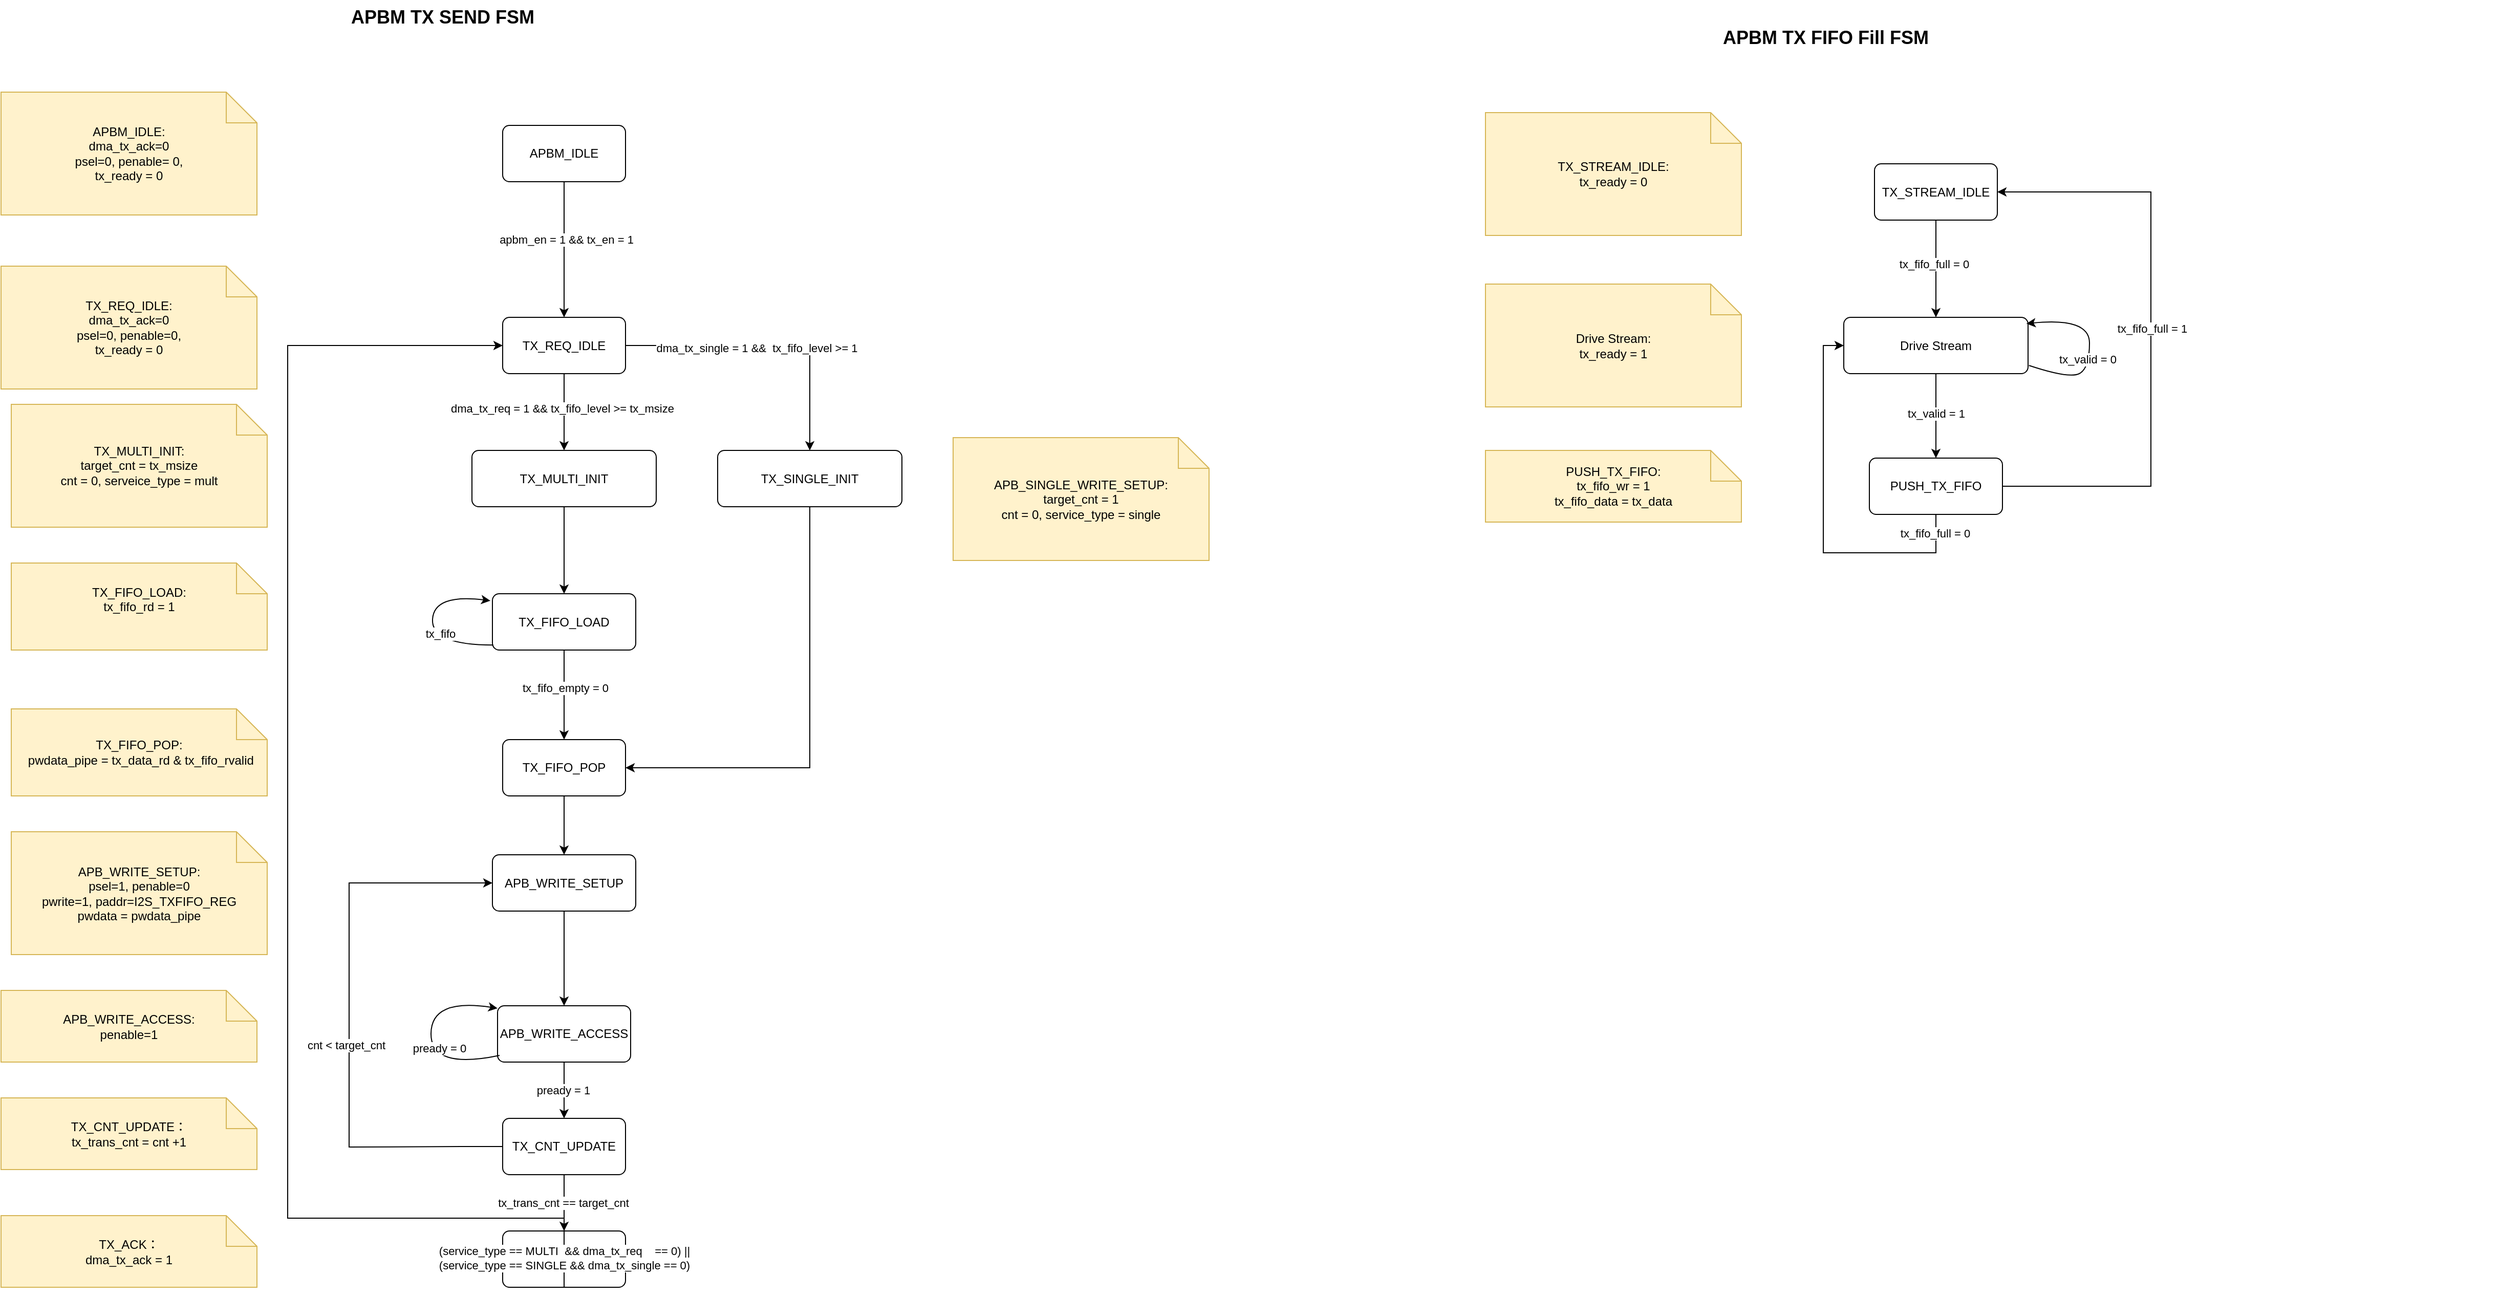
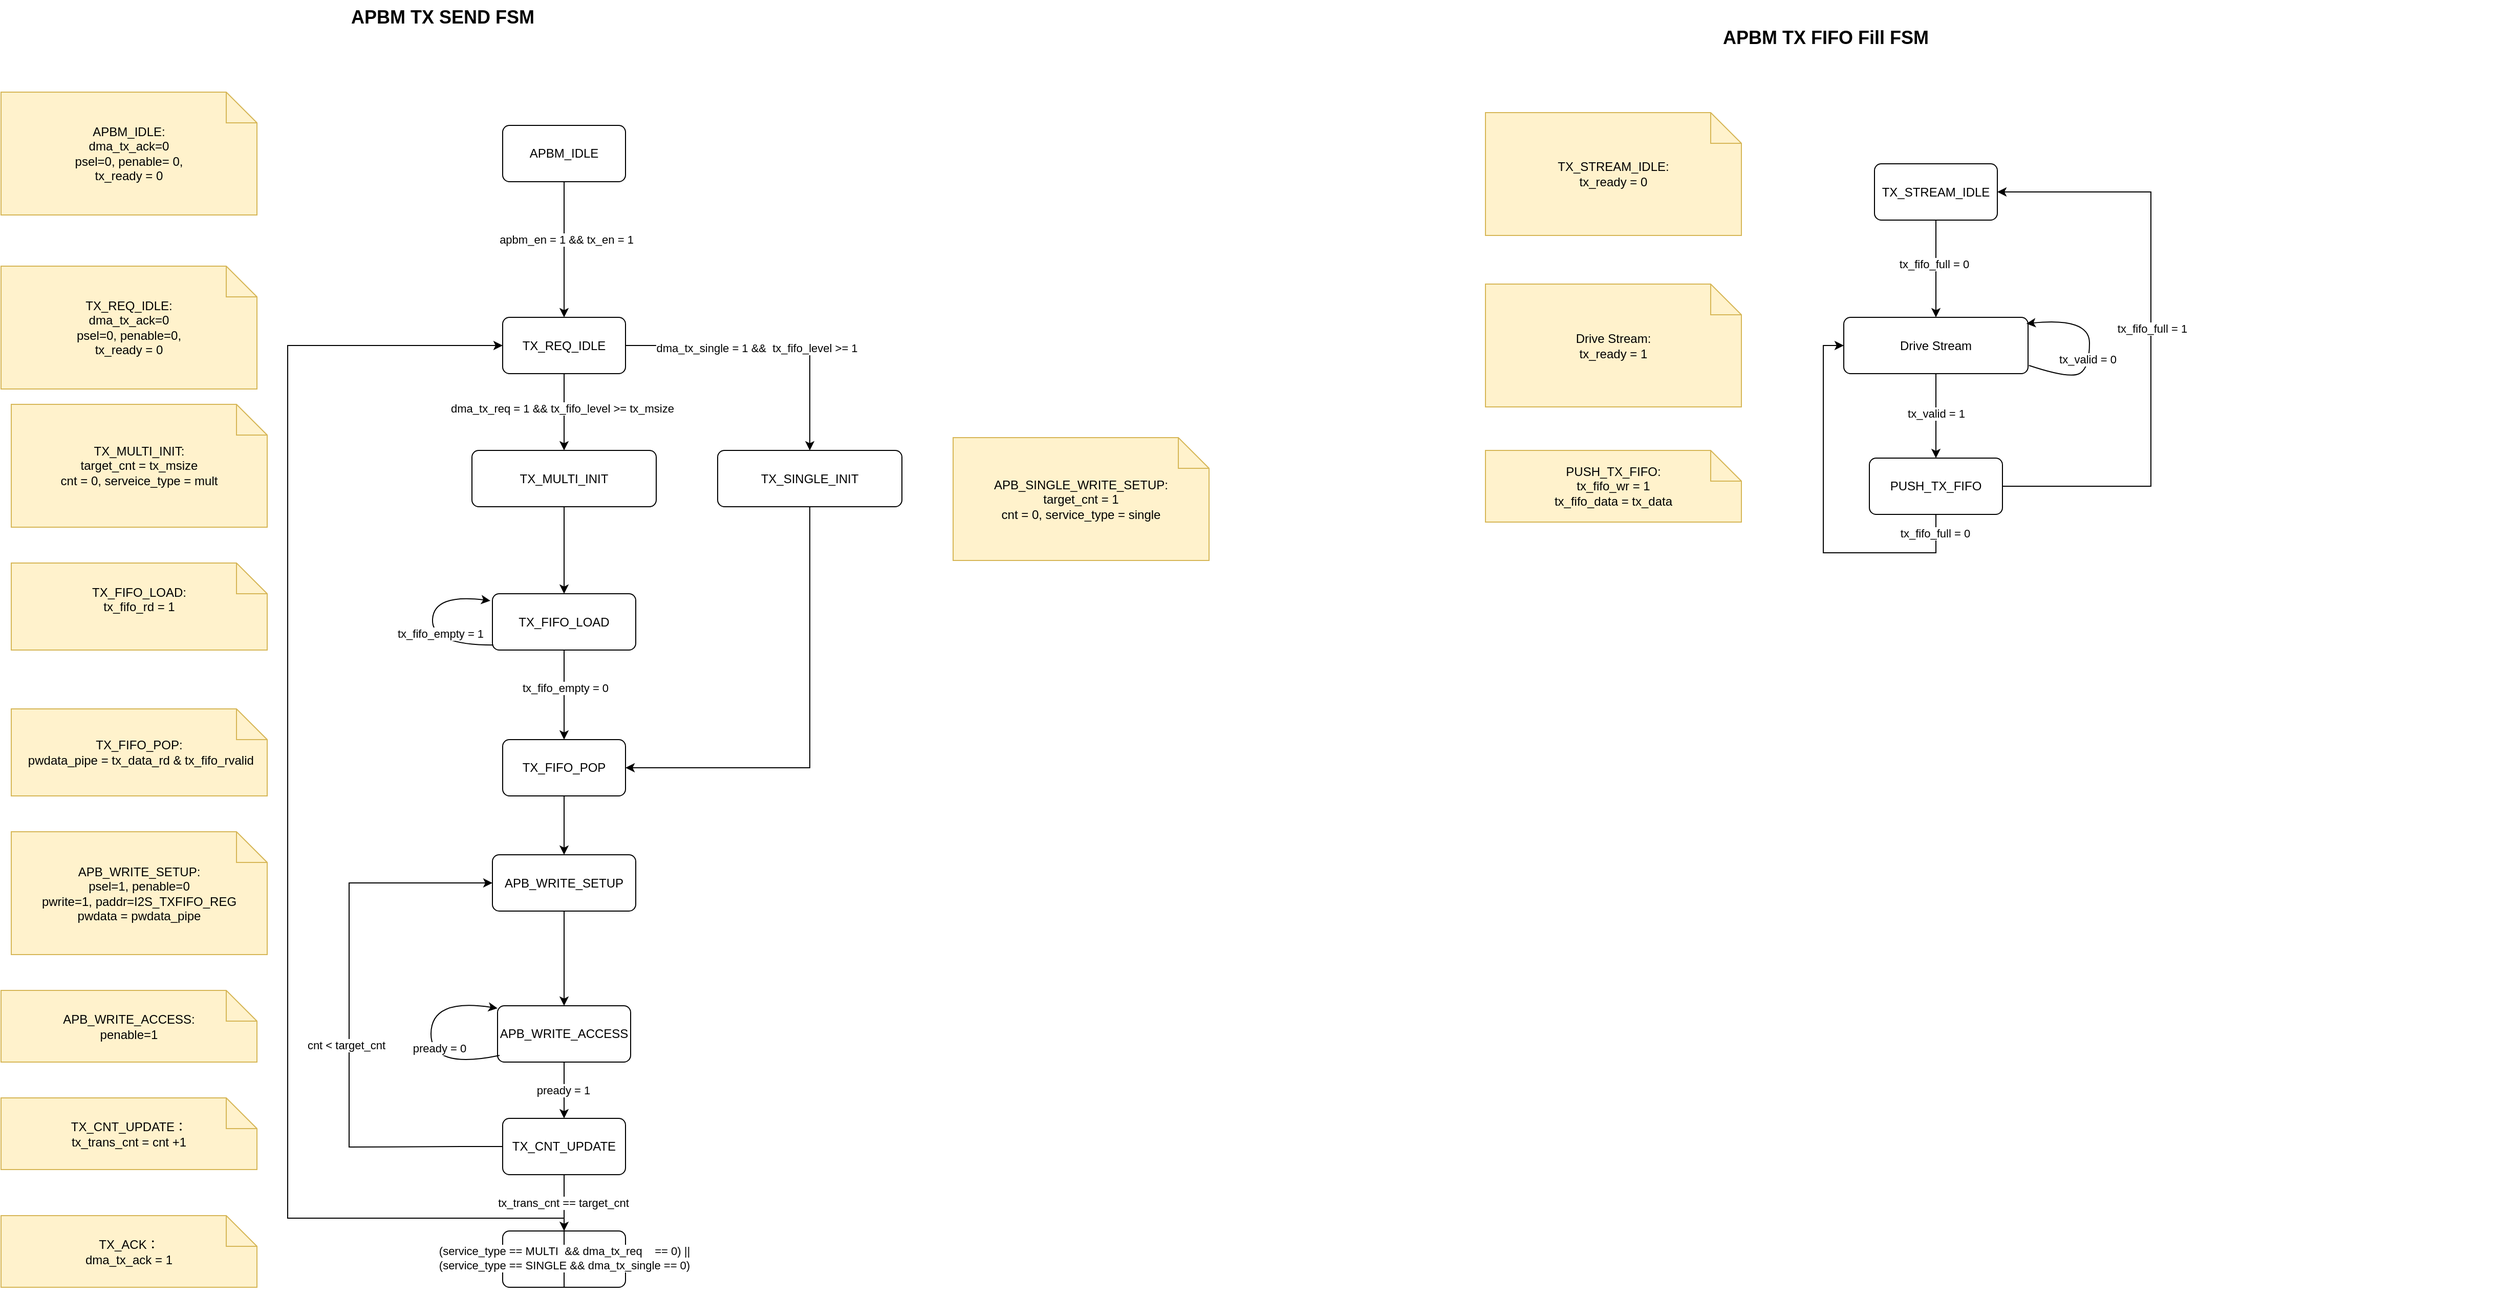
<mxfile host="app.diagrams.net">
  <diagram name="第 1 页" id="fH5n9Me7nUtPE_JYtTzi">
    <mxGraphModel dx="774" dy="437" grid="1" gridSize="10" guides="1" tooltips="1" connect="1" arrows="1" fold="1" page="1" pageScale="1" pageWidth="827" pageHeight="1169" math="0" shadow="0">
      <root>
        <mxCell id="0" />
        <mxCell id="1" parent="0" />
        <mxCell id="Ly1VW1kiYANL2SHkxWqd-1" parent="1" style="text;html=1;strokeColor=none;fillColor=none;fontSize=18;fontStyle=1;" value="APBM TX SEND FSM&amp;nbsp;&amp;nbsp;" vertex="1">
          <mxGeometry height="40" width="760" x="810" y="130" as="geometry" />
        </mxCell>
        <mxCell id="Ly1VW1kiYANL2SHkxWqd-2" parent="1" style="rounded=1;whiteSpace=wrap;html=1;arcSize=12;fillColor=#ffffff;strokeColor=#000000;" value="TX_REQ_IDLE" vertex="1">
          <mxGeometry height="55" width="120" x="960" y="440" as="geometry" />
        </mxCell>
        <mxCell id="Ly1VW1kiYANL2SHkxWqd-3" parent="1" style="rounded=1;whiteSpace=wrap;html=1;arcSize=12;fillColor=#ffffff;strokeColor=#000000;" value="APB_WRITE_SETUP" vertex="1">
          <mxGeometry height="55" width="140" x="950" y="965" as="geometry" />
        </mxCell>
        <mxCell id="Ly1VW1kiYANL2SHkxWqd-4" edge="1" parent="1" source="Ly1VW1kiYANL2SHkxWqd-2" style="endArrow=classic;html=1;rounded=0;exitX=0.5;exitY=1;exitDx=0;exitDy=0;entryX=0.5;entryY=0;entryDx=0;entryDy=0;" target="Ly1VW1kiYANL2SHkxWqd-40" value="">
          <mxGeometry height="50" relative="1" width="50" as="geometry">
            <mxPoint x="1040" y="560" as="sourcePoint" />
            <mxPoint x="1020" y="570" as="targetPoint" />
          </mxGeometry>
        </mxCell>
        <mxCell id="Ly1VW1kiYANL2SHkxWqd-5" connectable="0" parent="Ly1VW1kiYANL2SHkxWqd-4" style="edgeLabel;html=1;align=center;verticalAlign=middle;resizable=0;points=[];" value="dma_tx_req = 1 &amp;amp;&amp;amp; tx_fifo_level &amp;gt;= tx_msize" vertex="1">
          <mxGeometry relative="1" x="-0.0927" y="-2" as="geometry">
            <mxPoint as="offset" />
          </mxGeometry>
        </mxCell>
        <mxCell id="Ly1VW1kiYANL2SHkxWqd-6" parent="1" style="shape=note;whiteSpace=wrap;html=1;fillColor=#fff2cc;strokeColor=#d6b656;" value="APB_WRITE_SETUP:&lt;div&gt;psel=1, penable=0&lt;br&gt;pwrite=1, paddr=I2S_TXFIFO_REG&lt;/div&gt;&lt;div&gt;pwdata = pwdata_pipe&lt;/div&gt;" vertex="1">
          <mxGeometry height="120" width="250" x="480" y="942.5" as="geometry" />
        </mxCell>
        <mxCell id="Ly1VW1kiYANL2SHkxWqd-7" parent="1" style="rounded=1;whiteSpace=wrap;html=1;arcSize=12;fillColor=#ffffff;strokeColor=#000000;" value="APB_WRITE_ACCESS" vertex="1">
          <mxGeometry height="55" width="130" x="955" y="1112.5" as="geometry" />
        </mxCell>
        <mxCell id="Ly1VW1kiYANL2SHkxWqd-8" edge="1" parent="1" source="Ly1VW1kiYANL2SHkxWqd-3" style="endArrow=classic;html=1;rounded=0;exitX=0.5;exitY=1;exitDx=0;exitDy=0;entryX=0.5;entryY=0;entryDx=0;entryDy=0;" target="Ly1VW1kiYANL2SHkxWqd-7" value="">
          <mxGeometry height="50" relative="1" width="50" as="geometry">
            <mxPoint x="1030" y="1095" as="sourcePoint" />
            <mxPoint x="1080" y="1045" as="targetPoint" />
          </mxGeometry>
        </mxCell>
        <mxCell id="Ly1VW1kiYANL2SHkxWqd-9" parent="1" style="shape=note;whiteSpace=wrap;html=1;fillColor=#fff2cc;strokeColor=#d6b656;" value="APB_WRITE_ACCESS:&lt;br&gt;penable=1" vertex="1">
          <mxGeometry height="70" width="250" x="470" y="1097.5" as="geometry" />
        </mxCell>
        <mxCell id="Ly1VW1kiYANL2SHkxWqd-10" edge="1" parent="1" source="Ly1VW1kiYANL2SHkxWqd-7" style="curved=1;endArrow=classic;html=1;rounded=0;exitX=0.015;exitY=0.881;exitDx=0;exitDy=0;entryX=0;entryY=0;entryDx=0;entryDy=0;exitPerimeter=0;" value="">
          <mxGeometry height="50" relative="1" width="50" as="geometry">
            <Array as="points">
              <mxPoint x="890" y="1175" />
              <mxPoint x="890" y="1105" />
            </Array>
            <mxPoint x="955" y="1170" as="sourcePoint" />
            <mxPoint x="955" y="1115" as="targetPoint" />
          </mxGeometry>
        </mxCell>
        <mxCell id="Ly1VW1kiYANL2SHkxWqd-11" connectable="0" parent="Ly1VW1kiYANL2SHkxWqd-10" style="edgeLabel;html=1;align=center;verticalAlign=middle;resizable=0;points=[];" value="pready = 0" vertex="1">
          <mxGeometry relative="1" x="-0.1215" y="-8" as="geometry">
            <mxPoint as="offset" />
          </mxGeometry>
        </mxCell>
        <mxCell id="Ly1VW1kiYANL2SHkxWqd-13" edge="1" parent="1" source="Ly1VW1kiYANL2SHkxWqd-7" style="endArrow=classic;html=1;rounded=0;exitX=0.5;exitY=1;exitDx=0;exitDy=0;entryX=0.5;entryY=0;entryDx=0;entryDy=0;" target="Ly1VW1kiYANL2SHkxWqd-47" value="">
          <mxGeometry height="50" relative="1" width="50" as="geometry">
            <mxPoint x="1010" y="1245" as="sourcePoint" />
            <mxPoint x="1020" y="1212.5" as="targetPoint" />
          </mxGeometry>
        </mxCell>
        <mxCell id="Ly1VW1kiYANL2SHkxWqd-14" connectable="0" parent="Ly1VW1kiYANL2SHkxWqd-13" style="edgeLabel;html=1;align=center;verticalAlign=middle;resizable=0;points=[];" value="pready = 1" vertex="1">
          <mxGeometry relative="1" x="0.0089" y="-1" as="geometry">
            <mxPoint as="offset" />
          </mxGeometry>
        </mxCell>
        <mxCell id="Ly1VW1kiYANL2SHkxWqd-16" parent="1" style="rounded=1;whiteSpace=wrap;html=1;arcSize=12;fillColor=#ffffff;strokeColor=#000000;" value="TX_ACK" vertex="1">
          <mxGeometry height="55" width="120" x="960" y="1332.5" as="geometry" />
        </mxCell>
        <mxCell id="Ly1VW1kiYANL2SHkxWqd-17" edge="1" parent="1" source="Ly1VW1kiYANL2SHkxWqd-47" style="endArrow=classic;html=1;rounded=0;exitX=0.5;exitY=1;exitDx=0;exitDy=0;entryX=0.5;entryY=0;entryDx=0;entryDy=0;" target="Ly1VW1kiYANL2SHkxWqd-16" value="">
          <mxGeometry height="50" relative="1" width="50" as="geometry">
            <mxPoint x="1150.3600000000001" y="1167.5" as="sourcePoint" />
            <mxPoint x="1150" y="1202.5" as="targetPoint" />
          </mxGeometry>
        </mxCell>
        <mxCell id="Ly1VW1kiYANL2SHkxWqd-18" connectable="0" parent="Ly1VW1kiYANL2SHkxWqd-17" style="edgeLabel;html=1;align=center;verticalAlign=middle;resizable=0;points=[];" value="tx_trans_cnt == target_cnt" vertex="1">
          <mxGeometry relative="1" x="0.0089" y="-1" as="geometry">
            <mxPoint as="offset" />
          </mxGeometry>
        </mxCell>
        <mxCell id="Ly1VW1kiYANL2SHkxWqd-19" parent="1" style="shape=note;whiteSpace=wrap;html=1;fillColor=#fff2cc;strokeColor=#d6b656;" value="TX_ACK：&lt;div&gt;dma_tx_ack = 1&lt;/div&gt;" vertex="1">
          <mxGeometry height="70" width="250" x="470" y="1317.5" as="geometry" />
        </mxCell>
        <mxCell id="Ly1VW1kiYANL2SHkxWqd-20" parent="1" style="shape=note;whiteSpace=wrap;html=1;fillColor=#fff2cc;strokeColor=#d6b656;" value="TX_REQ_IDLE:&lt;div&gt;dma_tx_ack=0&lt;/div&gt;&lt;div&gt;psel=0, penable=0,&lt;br&gt;&lt;/div&gt;&lt;div&gt;tx_ready = 0&lt;br&gt;&lt;/div&gt;" vertex="1">
          <mxGeometry height="120" width="250" x="470" y="390" as="geometry" />
        </mxCell>
        <mxCell id="Ly1VW1kiYANL2SHkxWqd-21" edge="1" parent="1" source="Ly1VW1kiYANL2SHkxWqd-16" style="endArrow=classic;html=1;rounded=0;exitX=0.5;exitY=1;exitDx=0;exitDy=0;edgeStyle=orthogonalEdgeStyle;entryX=0;entryY=0.5;entryDx=0;entryDy=0;" target="Ly1VW1kiYANL2SHkxWqd-2" value="">
          <mxGeometry height="50" relative="1" width="50" as="geometry">
            <Array as="points">
              <mxPoint x="1020" y="1320" />
              <mxPoint x="750" y="1320" />
              <mxPoint x="750" y="468" />
            </Array>
            <mxPoint x="909.95" y="1052.5" as="sourcePoint" />
            <mxPoint x="850" y="465" as="targetPoint" />
          </mxGeometry>
        </mxCell>
        <mxCell id="Ly1VW1kiYANL2SHkxWqd-22" connectable="0" parent="Ly1VW1kiYANL2SHkxWqd-21" style="edgeLabel;html=1;align=center;verticalAlign=middle;resizable=0;points=[];" value="&lt;div&gt;(service_type == MULTI&amp;nbsp; &amp;amp;&amp;amp; dma_tx_req&amp;nbsp; &amp;nbsp; == 0) ||&lt;/div&gt;&lt;div&gt;(service_type == SINGLE &amp;amp;&amp;amp; dma_tx_single == 0)&lt;/div&gt;" vertex="1">
          <mxGeometry relative="1" x="-0.9589" as="geometry">
            <mxPoint as="offset" />
          </mxGeometry>
        </mxCell>
        <mxCell id="Ly1VW1kiYANL2SHkxWqd-23" edge="1" parent="1" source="Ly1VW1kiYANL2SHkxWqd-2" style="endArrow=classic;html=1;rounded=0;exitX=1;exitY=0.5;exitDx=0;exitDy=0;edgeStyle=orthogonalEdgeStyle;entryX=0.5;entryY=0;entryDx=0;entryDy=0;" target="Ly1VW1kiYANL2SHkxWqd-25" value="">
          <mxGeometry height="50" relative="1" width="50" as="geometry">
            <mxPoint x="1250" y="540" as="sourcePoint" />
            <mxPoint x="1260" y="560" as="targetPoint" />
          </mxGeometry>
        </mxCell>
        <mxCell id="Ly1VW1kiYANL2SHkxWqd-24" connectable="0" parent="Ly1VW1kiYANL2SHkxWqd-23" style="edgeLabel;html=1;align=center;verticalAlign=middle;resizable=0;points=[];" value="dma_tx_single = 1 &amp;amp;&amp;amp;&amp;nbsp; tx_fifo_level &amp;gt;= 1" vertex="1">
          <mxGeometry relative="1" x="-0.0927" y="-2" as="geometry">
            <mxPoint as="offset" />
          </mxGeometry>
        </mxCell>
        <mxCell id="Ly1VW1kiYANL2SHkxWqd-25" parent="1" style="rounded=1;whiteSpace=wrap;html=1;arcSize=12;fillColor=#ffffff;strokeColor=#000000;" value="TX_SINGLE_INIT" vertex="1">
          <mxGeometry height="55" width="180" x="1170" y="570" as="geometry" />
        </mxCell>
        <mxCell id="Ly1VW1kiYANL2SHkxWqd-26" parent="1" style="shape=note;whiteSpace=wrap;html=1;fillColor=#fff2cc;strokeColor=#d6b656;" value="APB_SINGLE_WRITE_SETUP:&lt;div&gt;target_cnt = 1&lt;br&gt;cnt = 0, service_type = single&lt;/div&gt;" vertex="1">
          <mxGeometry height="120" width="250" x="1400" y="557.5" as="geometry" />
        </mxCell>
        <mxCell id="Ly1VW1kiYANL2SHkxWqd-27" edge="1" parent="1" source="Ly1VW1kiYANL2SHkxWqd-25" style="endArrow=classic;html=1;rounded=0;exitX=0.5;exitY=1;exitDx=0;exitDy=0;edgeStyle=orthogonalEdgeStyle;entryX=1;entryY=0.5;entryDx=0;entryDy=0;" target="Ly1VW1kiYANL2SHkxWqd-28" value="">
          <mxGeometry height="50" relative="1" width="50" as="geometry">
            <mxPoint x="1230" y="950" as="sourcePoint" />
            <mxPoint x="1090" y="705" as="targetPoint" />
          </mxGeometry>
        </mxCell>
        <mxCell id="Ly1VW1kiYANL2SHkxWqd-28" parent="1" style="rounded=1;whiteSpace=wrap;html=1;arcSize=12;fillColor=#ffffff;strokeColor=#000000;" value="TX_FIFO_POP" vertex="1">
          <mxGeometry height="55" width="120" x="960" y="852.5" as="geometry" />
        </mxCell>
        <mxCell id="Ly1VW1kiYANL2SHkxWqd-29" edge="1" parent="1" source="Ly1VW1kiYANL2SHkxWqd-40" style="endArrow=classic;html=1;rounded=0;exitX=0.5;exitY=1;exitDx=0;exitDy=0;entryX=0.5;entryY=0;entryDx=0;entryDy=0;" target="Ly1VW1kiYANL2SHkxWqd-66" value="">
          <mxGeometry height="50" relative="1" width="50" as="geometry">
            <Array as="points">
              <mxPoint x="1020" y="650" />
            </Array>
            <mxPoint x="1010" y="630" as="sourcePoint" />
            <mxPoint x="1020" y="680" as="targetPoint" />
          </mxGeometry>
        </mxCell>
        <mxCell id="Ly1VW1kiYANL2SHkxWqd-33" parent="1" style="shape=note;whiteSpace=wrap;html=1;fillColor=#fff2cc;strokeColor=#d6b656;" value="TX_FIFO_POP:&lt;div&gt;&lt;div&gt;&amp;nbsp;pwdata_pipe = tx_data_rd &amp;amp; tx_fifo_rvalid&lt;/div&gt;&lt;/div&gt;" vertex="1">
          <mxGeometry height="85" width="250" x="480" y="822.5" as="geometry" />
        </mxCell>
        <mxCell id="Ly1VW1kiYANL2SHkxWqd-34" parent="1" style="rounded=1;whiteSpace=wrap;html=1;arcSize=12;fillColor=#ffffff;strokeColor=#000000;" value="APBM_IDLE" vertex="1">
          <mxGeometry height="55" width="120" x="960" y="252.5" as="geometry" />
        </mxCell>
        <mxCell id="Ly1VW1kiYANL2SHkxWqd-35" edge="1" parent="1" source="Ly1VW1kiYANL2SHkxWqd-34" style="endArrow=classic;html=1;rounded=0;exitX=0.5;exitY=1;exitDx=0;exitDy=0;" target="Ly1VW1kiYANL2SHkxWqd-2" value="">
          <mxGeometry height="50" relative="1" width="50" as="geometry">
            <mxPoint x="1060" y="360" as="sourcePoint" />
            <mxPoint x="1110" y="310" as="targetPoint" />
          </mxGeometry>
        </mxCell>
        <mxCell id="Ly1VW1kiYANL2SHkxWqd-36" connectable="0" parent="Ly1VW1kiYANL2SHkxWqd-35" style="edgeLabel;html=1;align=center;verticalAlign=middle;resizable=0;points=[];" value="apbm_en = 1 &amp;amp;&amp;amp; tx_en = 1" vertex="1">
          <mxGeometry relative="1" x="-0.1446" y="2" as="geometry">
            <mxPoint as="offset" />
          </mxGeometry>
        </mxCell>
        <mxCell id="Ly1VW1kiYANL2SHkxWqd-37" parent="1" style="shape=note;whiteSpace=wrap;html=1;fillColor=#fff2cc;strokeColor=#d6b656;" value="APBM_IDLE:&lt;div&gt;dma_tx_ack=0&lt;/div&gt;&lt;div&gt;psel=0, penable= 0,&lt;br&gt;&lt;/div&gt;&lt;div&gt;tx_ready = 0&lt;/div&gt;" vertex="1">
          <mxGeometry height="120" width="250" x="470" y="220" as="geometry" />
        </mxCell>
        <mxCell id="Ly1VW1kiYANL2SHkxWqd-38" edge="1" parent="1" source="Ly1VW1kiYANL2SHkxWqd-47" style="endArrow=classic;html=1;rounded=0;edgeStyle=orthogonalEdgeStyle;entryX=0;entryY=0.5;entryDx=0;entryDy=0;exitX=0;exitY=0.5;exitDx=0;exitDy=0;" target="Ly1VW1kiYANL2SHkxWqd-3" value="">
          <mxGeometry height="50" relative="1" width="50" as="geometry">
            <Array as="points">
              <mxPoint x="920" y="1249.5" />
              <mxPoint x="810" y="1250.5" />
              <mxPoint x="810" y="992.5" />
            </Array>
            <mxPoint x="920" y="1212.5" as="sourcePoint" />
            <mxPoint x="800" y="872.5" as="targetPoint" />
          </mxGeometry>
        </mxCell>
        <mxCell id="Ly1VW1kiYANL2SHkxWqd-39" connectable="0" parent="Ly1VW1kiYANL2SHkxWqd-38" style="edgeLabel;html=1;align=center;verticalAlign=middle;resizable=0;points=[];" value="cnt &amp;lt; target_cnt" vertex="1">
          <mxGeometry relative="1" x="-0.0902" y="3" as="geometry">
            <mxPoint as="offset" />
          </mxGeometry>
        </mxCell>
        <mxCell id="Ly1VW1kiYANL2SHkxWqd-40" parent="1" style="rounded=1;whiteSpace=wrap;html=1;arcSize=12;fillColor=#ffffff;strokeColor=#000000;" value="TX_MULTI_INIT" vertex="1">
          <mxGeometry height="55" width="180" x="930" y="570" as="geometry" />
        </mxCell>
        <mxCell id="Ly1VW1kiYANL2SHkxWqd-42" parent="1" style="shape=note;whiteSpace=wrap;html=1;fillColor=#fff2cc;strokeColor=#d6b656;" value="TX_MULTI_INIT:&lt;div&gt;target_cnt = tx_msize&lt;br&gt;cnt = 0, serveice_type = mult&lt;/div&gt;" vertex="1">
          <mxGeometry height="120" width="250" x="480" y="525" as="geometry" />
        </mxCell>
        <mxCell id="Ly1VW1kiYANL2SHkxWqd-45" edge="1" parent="1" source="Ly1VW1kiYANL2SHkxWqd-28" style="endArrow=classic;html=1;rounded=0;exitX=0.5;exitY=1;exitDx=0;exitDy=0;" target="Ly1VW1kiYANL2SHkxWqd-3" value="">
          <mxGeometry height="50" relative="1" width="50" as="geometry">
            <mxPoint x="1019.5699999999999" y="907.5" as="sourcePoint" />
            <mxPoint x="1019.5699999999999" y="964.5" as="targetPoint" />
          </mxGeometry>
        </mxCell>
        <mxCell id="Ly1VW1kiYANL2SHkxWqd-47" parent="1" style="rounded=1;whiteSpace=wrap;html=1;arcSize=12;fillColor=#ffffff;strokeColor=#000000;" value="TX_CNT_UPDATE" vertex="1">
          <mxGeometry height="55" width="120" x="960" y="1222.5" as="geometry" />
        </mxCell>
        <mxCell id="Ly1VW1kiYANL2SHkxWqd-48" parent="1" style="shape=note;whiteSpace=wrap;html=1;fillColor=#fff2cc;strokeColor=#d6b656;" value="TX_CNT_UPDATE：&lt;div&gt;tx_trans_cnt = cnt +1&lt;/div&gt;" vertex="1">
          <mxGeometry height="70" width="250" x="470" y="1202.5" as="geometry" />
        </mxCell>
        <mxCell id="Ly1VW1kiYANL2SHkxWqd-49" parent="1" style="text;html=1;strokeColor=none;fillColor=none;fontSize=18;fontStyle=1;" value="APBM TX FIFO Fill FSM&amp;nbsp;&amp;nbsp;" vertex="1">
          <mxGeometry height="40" width="760" x="2150" y="150" as="geometry" />
        </mxCell>
        <mxCell id="Ly1VW1kiYANL2SHkxWqd-50" parent="1" style="rounded=1;whiteSpace=wrap;html=1;arcSize=12;fillColor=#ffffff;strokeColor=#000000;" value="TX_STREAM_IDLE" vertex="1">
          <mxGeometry height="55" width="120" x="2300" y="290" as="geometry" />
        </mxCell>
        <mxCell id="Ly1VW1kiYANL2SHkxWqd-51" parent="1" style="rounded=1;whiteSpace=wrap;html=1;arcSize=12;fillColor=#ffffff;strokeColor=#000000;" value="Drive Stream" vertex="1">
          <mxGeometry height="55" width="180" x="2270" y="440" as="geometry" />
        </mxCell>
        <mxCell id="Ly1VW1kiYANL2SHkxWqd-52" edge="1" parent="1" source="Ly1VW1kiYANL2SHkxWqd-50" style="endArrow=classic;html=1;rounded=0;exitX=0.5;exitY=1;exitDx=0;exitDy=0;entryX=0.5;entryY=0;entryDx=0;entryDy=0;" target="Ly1VW1kiYANL2SHkxWqd-51" value="">
          <mxGeometry height="50" relative="1" width="50" as="geometry">
            <mxPoint x="2380" y="410" as="sourcePoint" />
            <mxPoint x="2430" y="360" as="targetPoint" />
          </mxGeometry>
        </mxCell>
        <mxCell id="Ly1VW1kiYANL2SHkxWqd-53" connectable="0" parent="Ly1VW1kiYANL2SHkxWqd-52" style="edgeLabel;html=1;align=center;verticalAlign=middle;resizable=0;points=[];" value="tx_fifo_full = 0" vertex="1">
          <mxGeometry relative="1" x="-0.0927" y="-2" as="geometry">
            <mxPoint as="offset" />
          </mxGeometry>
        </mxCell>
        <mxCell id="Ly1VW1kiYANL2SHkxWqd-54" parent="1" style="shape=note;whiteSpace=wrap;html=1;fillColor=#fff2cc;strokeColor=#d6b656;" value="Drive Stream:&lt;div&gt;tx_ready = 1&lt;/div&gt;" vertex="1">
          <mxGeometry height="120" width="250" x="1920" y="407.5" as="geometry" />
        </mxCell>
        <mxCell id="Ly1VW1kiYANL2SHkxWqd-55" parent="1" style="rounded=1;whiteSpace=wrap;html=1;arcSize=12;fillColor=#ffffff;strokeColor=#000000;" value="PUSH_TX_FIFO" vertex="1">
          <mxGeometry height="55" width="130" x="2295" y="577.5" as="geometry" />
        </mxCell>
        <mxCell id="Ly1VW1kiYANL2SHkxWqd-56" edge="1" parent="1" source="Ly1VW1kiYANL2SHkxWqd-51" style="endArrow=classic;html=1;rounded=0;exitX=0.5;exitY=1;exitDx=0;exitDy=0;entryX=0.5;entryY=0;entryDx=0;entryDy=0;" target="Ly1VW1kiYANL2SHkxWqd-55" value="">
          <mxGeometry height="50" relative="1" width="50" as="geometry">
            <mxPoint x="2370" y="560" as="sourcePoint" />
            <mxPoint x="2420" y="510" as="targetPoint" />
          </mxGeometry>
        </mxCell>
        <mxCell id="Ly1VW1kiYANL2SHkxWqd-57" connectable="0" parent="Ly1VW1kiYANL2SHkxWqd-56" style="edgeLabel;html=1;align=center;verticalAlign=middle;resizable=0;points=[];" value="tx_valid = 1" vertex="1">
          <mxGeometry relative="1" x="-0.0537" as="geometry">
            <mxPoint as="offset" />
          </mxGeometry>
        </mxCell>
        <mxCell id="Ly1VW1kiYANL2SHkxWqd-58" parent="1" style="shape=note;whiteSpace=wrap;html=1;fillColor=#fff2cc;strokeColor=#d6b656;" value="PUSH_TX_FIFO:&lt;div&gt;tx_fifo_wr = 1&lt;/div&gt;&lt;div&gt;tx_fifo_data = tx_data&lt;/div&gt;" vertex="1">
          <mxGeometry height="70" width="250" x="1920" y="570" as="geometry" />
        </mxCell>
        <mxCell id="Ly1VW1kiYANL2SHkxWqd-59" parent="1" style="shape=note;whiteSpace=wrap;html=1;fillColor=#fff2cc;strokeColor=#d6b656;" value="TX_STREAM_IDLE:&lt;div&gt;tx_ready = 0&lt;/div&gt;" vertex="1">
          <mxGeometry height="120" width="250" x="1920" y="240" as="geometry" />
        </mxCell>
        <mxCell id="Ly1VW1kiYANL2SHkxWqd-60" edge="1" parent="1" source="Ly1VW1kiYANL2SHkxWqd-55" style="endArrow=classic;html=1;rounded=0;exitX=0.5;exitY=1;exitDx=0;exitDy=0;entryX=0;entryY=0.5;entryDx=0;entryDy=0;edgeStyle=orthogonalEdgeStyle;" target="Ly1VW1kiYANL2SHkxWqd-51" value="">
          <mxGeometry height="50" relative="1" width="50" as="geometry">
            <Array as="points">
              <mxPoint x="2360" y="670" />
              <mxPoint x="2250" y="670" />
              <mxPoint x="2250" y="468" />
            </Array>
            <mxPoint x="2550" y="570" as="sourcePoint" />
            <mxPoint x="2600" y="520" as="targetPoint" />
          </mxGeometry>
        </mxCell>
        <mxCell id="Ly1VW1kiYANL2SHkxWqd-61" connectable="0" parent="Ly1VW1kiYANL2SHkxWqd-60" style="edgeLabel;html=1;align=center;verticalAlign=middle;resizable=0;points=[];" value="tx_fifo_full = 0" vertex="1">
          <mxGeometry relative="1" x="-0.9016" y="-1" as="geometry">
            <mxPoint as="offset" />
          </mxGeometry>
        </mxCell>
        <mxCell id="Ly1VW1kiYANL2SHkxWqd-62" edge="1" parent="1" source="Ly1VW1kiYANL2SHkxWqd-55" style="endArrow=classic;html=1;rounded=0;exitX=1;exitY=0.5;exitDx=0;exitDy=0;entryX=1;entryY=0.5;entryDx=0;entryDy=0;edgeStyle=orthogonalEdgeStyle;" target="Ly1VW1kiYANL2SHkxWqd-50" value="">
          <mxGeometry height="50" relative="1" width="50" as="geometry">
            <Array as="points">
              <mxPoint x="2570" y="605" />
              <mxPoint x="2570" y="318" />
            </Array>
            <mxPoint x="2510" y="600" as="sourcePoint" />
            <mxPoint x="2560" y="550" as="targetPoint" />
          </mxGeometry>
        </mxCell>
        <mxCell id="Ly1VW1kiYANL2SHkxWqd-63" connectable="0" parent="Ly1VW1kiYANL2SHkxWqd-62" style="edgeLabel;html=1;align=center;verticalAlign=middle;resizable=0;points=[];" value="tx_fifo_full = 1" vertex="1">
          <mxGeometry relative="1" x="0.0267" y="-1" as="geometry">
            <mxPoint as="offset" />
          </mxGeometry>
        </mxCell>
        <mxCell id="Ly1VW1kiYANL2SHkxWqd-64" edge="1" parent="1" source="Ly1VW1kiYANL2SHkxWqd-51" style="curved=1;endArrow=classic;html=1;rounded=0;entryX=0.991;entryY=0.112;entryDx=0;entryDy=0;exitX=1.005;exitY=0.854;exitDx=0;exitDy=0;exitPerimeter=0;entryPerimeter=0;" target="Ly1VW1kiYANL2SHkxWqd-51" value="">
          <mxGeometry height="50" relative="1" width="50" as="geometry">
            <Array as="points">
              <mxPoint x="2490" y="500" />
              <mxPoint x="2510" y="490" />
              <mxPoint x="2510" y="440" />
            </Array>
            <mxPoint x="2460" y="560" as="sourcePoint" />
            <mxPoint x="2510" y="510" as="targetPoint" />
          </mxGeometry>
        </mxCell>
        <mxCell id="Ly1VW1kiYANL2SHkxWqd-65" connectable="0" parent="Ly1VW1kiYANL2SHkxWqd-64" style="edgeLabel;html=1;align=center;verticalAlign=middle;resizable=0;points=[];" value="tx_valid = 0" vertex="1">
          <mxGeometry relative="1" x="-0.1698" y="2" as="geometry">
            <mxPoint as="offset" />
          </mxGeometry>
        </mxCell>
        <mxCell id="Ly1VW1kiYANL2SHkxWqd-66" parent="1" style="rounded=1;whiteSpace=wrap;html=1;arcSize=12;fillColor=#ffffff;strokeColor=#000000;" value="TX_FIFO_LOAD" vertex="1">
          <mxGeometry height="55" width="140" x="950" y="710" as="geometry" />
        </mxCell>
        <mxCell id="Ly1VW1kiYANL2SHkxWqd-68" edge="1" parent="1" source="Ly1VW1kiYANL2SHkxWqd-66" style="endArrow=classic;html=1;rounded=0;exitX=0.5;exitY=1;exitDx=0;exitDy=0;" target="Ly1VW1kiYANL2SHkxWqd-28" value="">
          <mxGeometry height="50" relative="1" width="50" as="geometry">
            <mxPoint x="1070" y="820" as="sourcePoint" />
            <mxPoint x="1120" y="770" as="targetPoint" />
          </mxGeometry>
        </mxCell>
        <mxCell id="Ly1VW1kiYANL2SHkxWqd-72" connectable="0" parent="Ly1VW1kiYANL2SHkxWqd-68" style="edgeLabel;html=1;align=center;verticalAlign=middle;resizable=0;points=[];" value="tx_fifo_empty = 0" vertex="1">
          <mxGeometry relative="1" x="-0.1581" y="1" as="geometry">
            <mxPoint as="offset" />
          </mxGeometry>
        </mxCell>
        <mxCell id="Ly1VW1kiYANL2SHkxWqd-69" parent="1" style="shape=note;whiteSpace=wrap;html=1;fillColor=#fff2cc;strokeColor=#d6b656;" value="TX_FIFO_LOAD:&lt;div&gt;tx_fifo_rd = 1&lt;br&gt;&lt;div&gt;&lt;br&gt;&lt;/div&gt;&lt;/div&gt;" vertex="1">
          <mxGeometry height="85" width="250" x="480" y="680" as="geometry" />
        </mxCell>
        <mxCell id="Ly1VW1kiYANL2SHkxWqd-70" edge="1" parent="1" source="Ly1VW1kiYANL2SHkxWqd-66" style="curved=1;endArrow=classic;html=1;rounded=0;exitX=0.006;exitY=0.911;exitDx=0;exitDy=0;entryX=-0.014;entryY=0.124;entryDx=0;entryDy=0;exitPerimeter=0;entryPerimeter=0;" target="Ly1VW1kiYANL2SHkxWqd-66" value="">
          <mxGeometry height="50" relative="1" width="50" as="geometry">
            <Array as="points">
              <mxPoint x="890" y="760" />
              <mxPoint x="893" y="710" />
            </Array>
            <mxPoint x="960" y="766" as="sourcePoint" />
            <mxPoint x="958" y="720" as="targetPoint" />
          </mxGeometry>
        </mxCell>
-         <mxCell id="Ly1VW1kiYANL2SHkxWqd-71" connectable="0" parent="Ly1VW1kiYANL2SHkxWqd-70" style="edgeLabel;html=1;align=center;verticalAlign=middle;resizable=0;points=[];" value="tx_fifo" vertex="1">
+         <mxCell id="Ly1VW1kiYANL2SHkxWqd-71" connectable="0" parent="Ly1VW1kiYANL2SHkxWqd-70" style="edgeLabel;html=1;align=center;verticalAlign=middle;resizable=0;points=[];" value="tx_fifo_empty = 1" vertex="1">
          <mxGeometry relative="1" x="-0.1215" y="-8" as="geometry">
            <mxPoint as="offset" />
          </mxGeometry>
        </mxCell>
      </root>
    </mxGraphModel>
  </diagram>
</mxfile>
